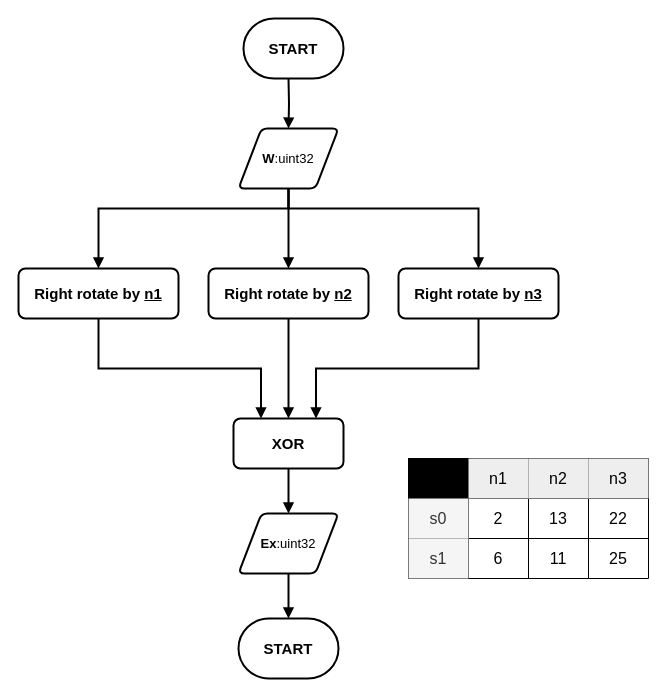
Before: page "E0 and E1" (3 of 3) of Doc/WorkingVariableUpdateFlowChart.drawio in sima997/BitcoinMiner, a draw.io diagram. Source tidied: cells renumbered, new cells numbered last; positions are measured from the earlier drawing's top-left corner, leaving out a move shared by most shapes. Both pictures are drawn from the tidied source at 100%, with x=0, y=0 at pixel (18, 18).
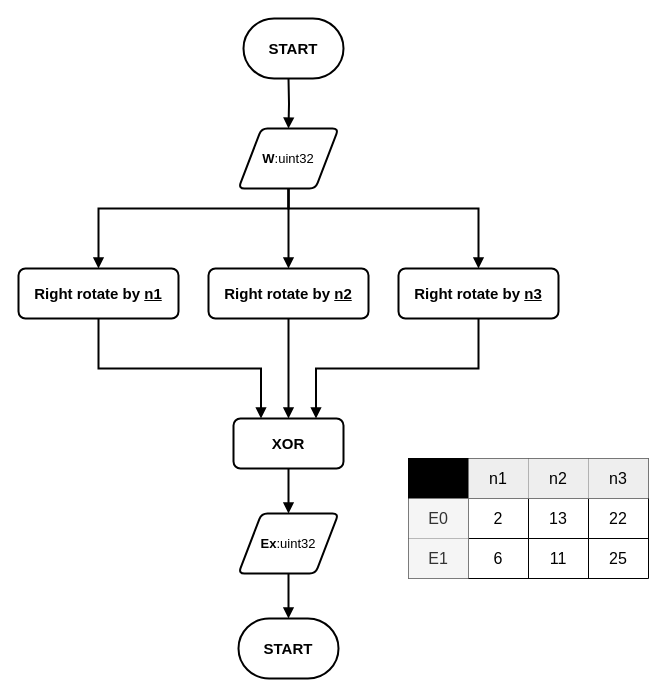
Above is the later version.

Commit message (it also covers changes not shown here):
Edit E0,E1 function diagrams

Unchanged cells that the change refers to:
```xml
<mxCell id="28" style="shape=tableRow;horizontal=0;startSize=0;swimlaneHead=0;swimlaneBody=0;strokeColor=inherit;top=0;left=0;bottom=0;right=0;fillColor=none;fontSize=16;" parent="22" vertex="1">
  <mxGeometry y="40" width="240" height="40" as="geometry" />
</mxCell>
<mxCell id="33" style="shape=tableRow;horizontal=0;startSize=0;swimlaneHead=0;swimlaneBody=0;strokeColor=inherit;top=0;left=0;bottom=0;right=0;fillColor=none;fontSize=16;" parent="22" vertex="1">
  <mxGeometry y="80" width="240" height="40" as="geometry" />
</mxCell>
```

Diff of the diagram source:
```diff
@@
-    <mxCell id="29" value="s0" style="shape=partialRectangle;html=1;whiteSpace=wrap;strokeColor=#666666;overflow=hidden;fillColor=#f5f5f5;top=0;left=0;bottom=0;right=0;fontSize=16;fontColor=#333333;" parent="28" vertex="1">
+    <mxCell id="29" value="E0" style="shape=partialRectangle;html=1;whiteSpace=wrap;strokeColor=#666666;overflow=hidden;fillColor=#f5f5f5;top=0;left=0;bottom=0;right=0;fontSize=16;fontColor=#333333;" parent="28" vertex="1">
       <mxGeometry width="60" height="40" as="geometry" />
     </mxCell>
@@
-    <mxCell id="34" value="s1" style="shape=partialRectangle;html=1;whiteSpace=wrap;strokeColor=#666666;overflow=hidden;fillColor=#f5f5f5;top=0;left=0;bottom=0;right=0;fontSize=16;fontColor=#333333;" parent="33" vertex="1">
+    <mxCell id="34" value="E1" style="shape=partialRectangle;html=1;whiteSpace=wrap;strokeColor=#666666;overflow=hidden;fillColor=#f5f5f5;top=0;left=0;bottom=0;right=0;fontSize=16;fontColor=#333333;" parent="33" vertex="1">
       <mxGeometry width="60" height="40" as="geometry" />
     </mxCell>
```
